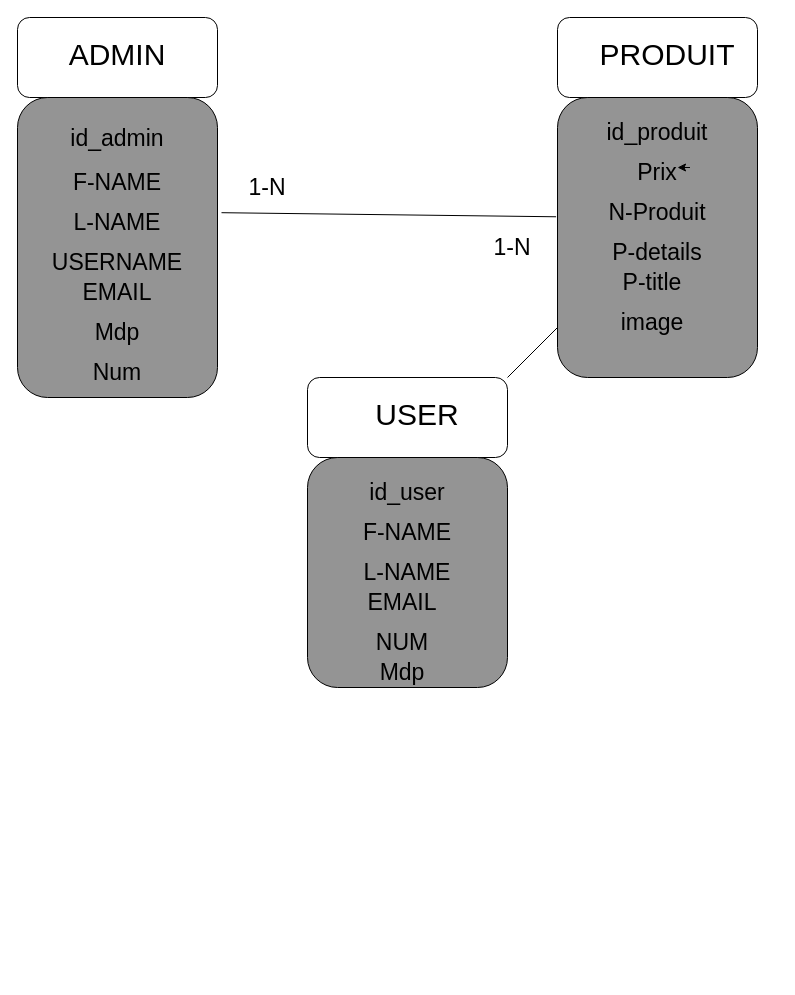
Above: mcd.drawio in zakaria444/PFR (draw.io), before the change. Source tidied: cells renumbered, new cells numbered last; positions are measured from the earlier drawing's top-left corner, leaving out a move shared by most shapes. Both pictures are drawn from the tidied source at 100%, with x=0, y=0 at pixel (17, 17).
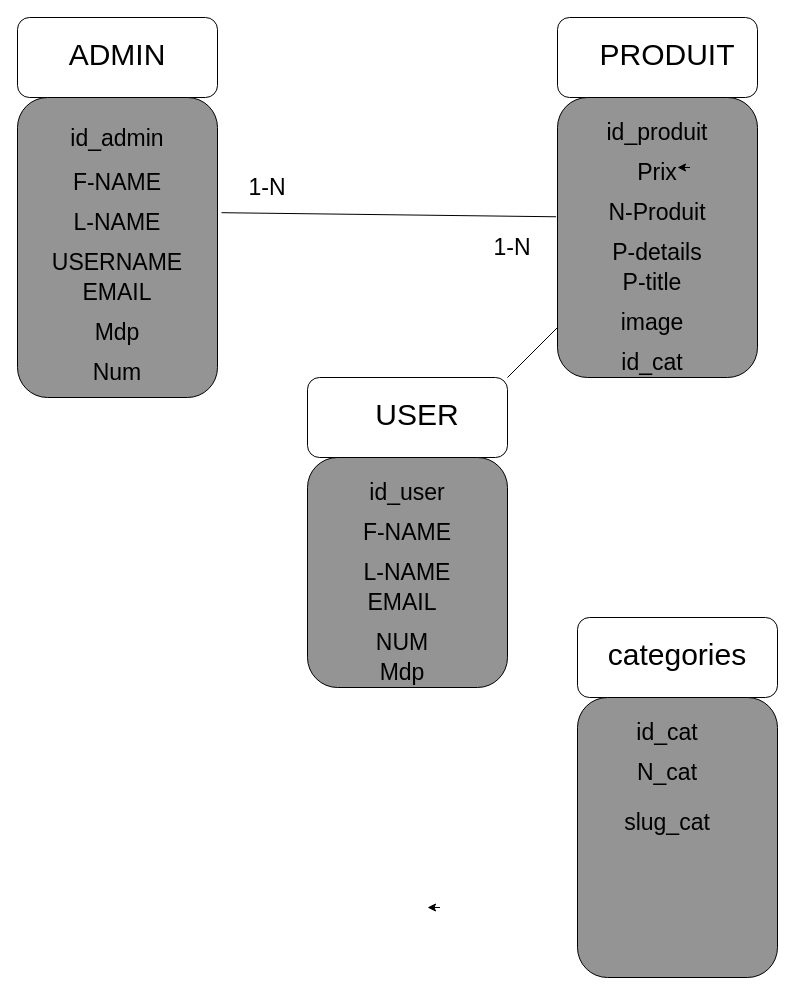
The same page after the edit.

Change to the diagram source:
```diff
@@
+    <mxCell id="35" style="rounded=1;whiteSpace=wrap;html=1;" parent="1" vertex="1">
+      <mxGeometry x="560" y="600" width="200" height="80" as="geometry" />
+    </mxCell>
+    <mxCell id="36" value="&lt;p style=&quot;line-height: 150%&quot;&gt;&lt;font style=&quot;font-size: 30px&quot;&gt;categories&lt;/font&gt;&lt;/p&gt;" style="text;html=1;strokeColor=none;fillColor=none;align=center;verticalAlign=middle;whiteSpace=wrap;rounded=0;opacity=0;strokeWidth=12;" parent="1" vertex="1">
+      <mxGeometry x="590" y="610" width="140" height="60" as="geometry" />
+    </mxCell>
+    <mxCell id="37" style="rounded=1;whiteSpace=wrap;html=1;fillColor=#949494;" parent="1" vertex="1">
+      <mxGeometry x="560" y="680" width="200" height="280" as="geometry" />
+    </mxCell>
+    <mxCell id="38" value="&lt;font style=&quot;font-size: 23px&quot;&gt;id_cat&lt;/font&gt;" style="text;html=1;align=center;verticalAlign=middle;whiteSpace=wrap;rounded=0;strokeWidth=1;perimeterSpacing=0;" parent="1" vertex="1">
+      <mxGeometry x="585" y="710" width="130" height="10" as="geometry" />
+    </mxCell>
+    <mxCell id="39" style="edgeStyle=orthogonalEdgeStyle;rounded=0;orthogonalLoop=1;jettySize=auto;html=1;exitX=0.75;exitY=0;exitDx=0;exitDy=0;entryX=0.654;entryY=0;entryDx=0;entryDy=0;entryPerimeter=0;" parent="1" edge="1">
+      <mxGeometry relative="1" as="geometry">
+        <mxPoint x="422.5" y="890" as="sourcePoint" />
+        <mxPoint x="410" y="890" as="targetPoint" />
+      </mxGeometry>
+    </mxCell>
+    <mxCell id="40" value="&lt;font style=&quot;font-size: 23px&quot;&gt;N_cat&lt;/font&gt;" style="text;html=1;align=center;verticalAlign=middle;whiteSpace=wrap;rounded=0;strokeWidth=1;perimeterSpacing=0;" parent="1" vertex="1">
+      <mxGeometry x="585" y="750" width="130" height="10" as="geometry" />
+    </mxCell>
+    <mxCell id="41" value="&lt;font style=&quot;font-size: 23px&quot;&gt;slug_cat&lt;/font&gt;" style="text;html=1;align=center;verticalAlign=middle;whiteSpace=wrap;rounded=0;strokeWidth=1;perimeterSpacing=0;" parent="1" vertex="1">
+      <mxGeometry x="585" y="800" width="130" height="10" as="geometry" />
+    </mxCell>
+    <mxCell id="42" value="&lt;font style=&quot;font-size: 23px&quot;&gt;id_cat&lt;/font&gt;" style="text;html=1;align=center;verticalAlign=middle;whiteSpace=wrap;rounded=0;strokeWidth=1;perimeterSpacing=0;" parent="1" vertex="1">
+      <mxGeometry x="570" y="340" width="130" height="10" as="geometry" />
+    </mxCell>
```
